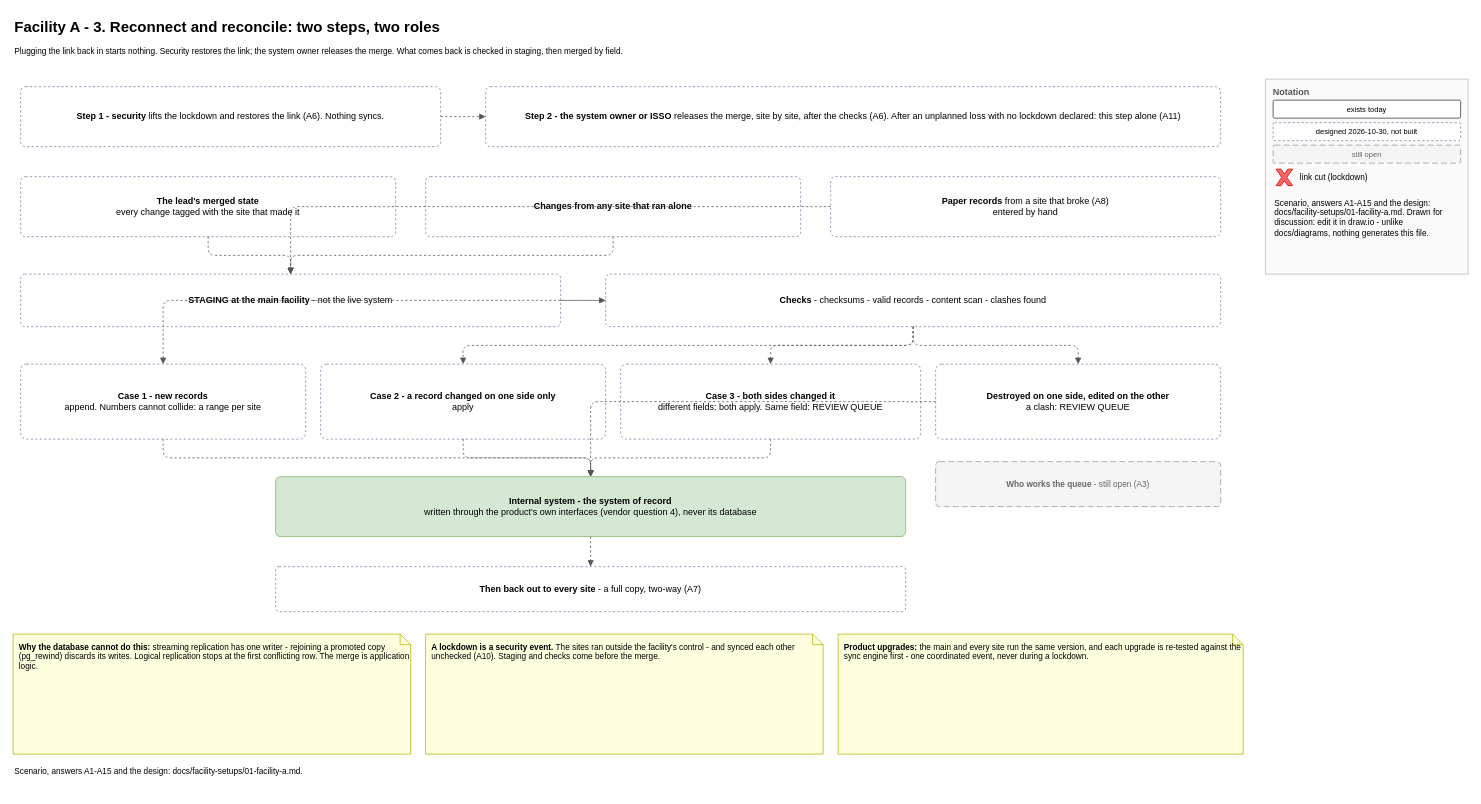
mcveybrian-ship-it/canonical-k8s keeps this draw.io diagram as page "3 - Reconnect and reconcile" (3 of 3) of docs/facility-setups/01-facility-a.drawio. Above is the earlier version. Source tidied: cells renumbered, new cells numbered last; positions are measured from the earlier drawing's top-left corner, leaving out a move shared by most shapes. Both pictures are drawn from the tidied source at 75%, with x=0, y=0 at pixel (13, 13).
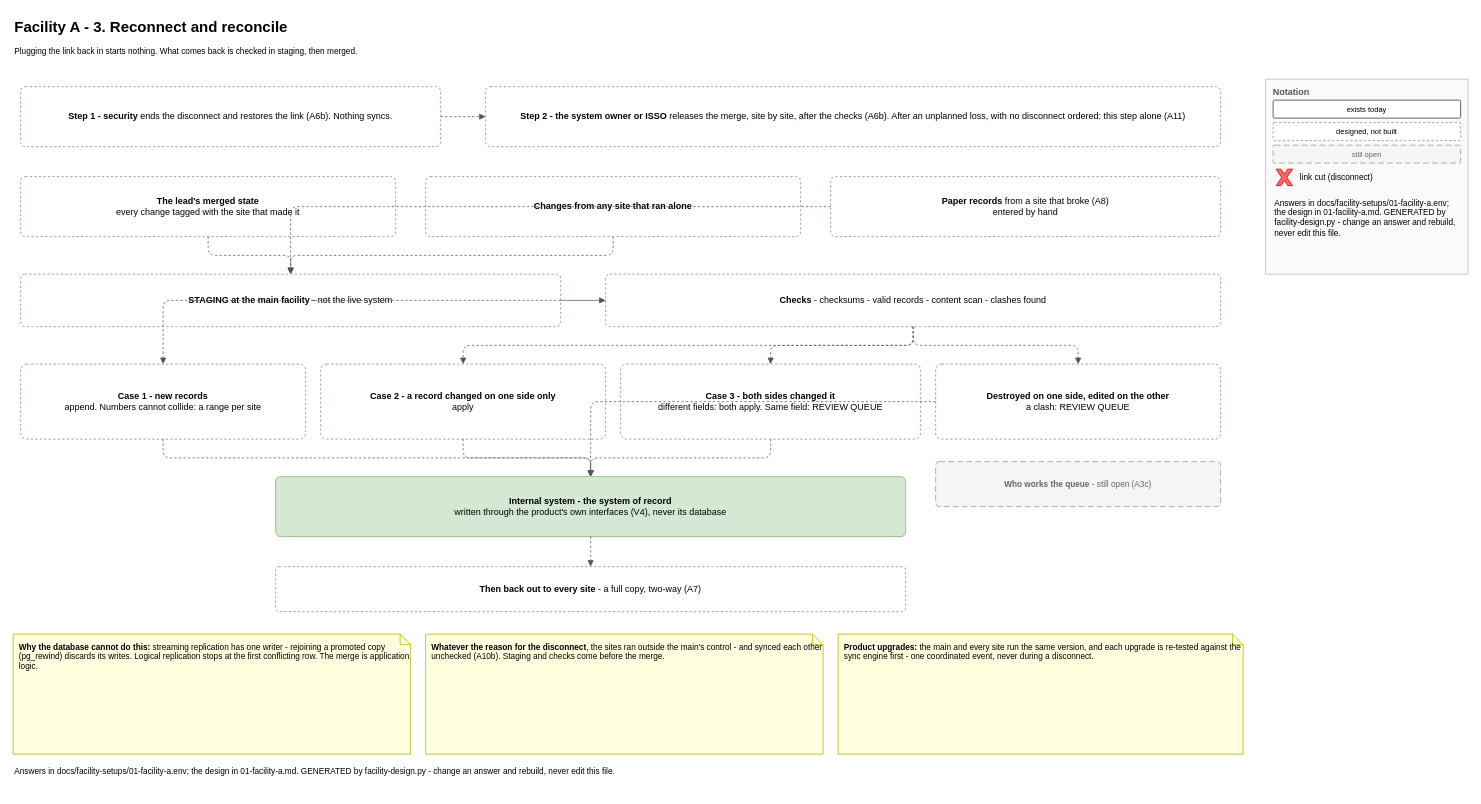
The same diagram, later.

The change refers to these unchanged cells:
```xml
<mxCell id="18" value="&lt;b&gt;Checks&lt;/b&gt; - checksums - valid records - content scan - clashes found" style="rounded=1;whiteSpace=wrap;html=1;arcSize=8;fillColor=#ffffff;strokeColor=#9673a6;dashed=1;fontSize=12;" parent="1" vertex="1">
  <mxGeometry x="790" y="348" width="820" height="70" as="geometry" />
</mxCell>
<mxCell id="23" value="&lt;b&gt;Case 1 - new records&lt;/b&gt;&lt;br&gt;append. Numbers cannot collide: a range per site" style="rounded=1;whiteSpace=wrap;html=1;arcSize=8;fillColor=#ffffff;strokeColor=#9673a6;dashed=1;fontSize=12;" parent="1" vertex="1">
  <mxGeometry x="10" y="468" width="380" height="100" as="geometry" />
</mxCell>
<mxCell id="24" value="&lt;b&gt;Case 2 - a record changed on one side only&lt;/b&gt;&lt;br&gt;apply" style="rounded=1;whiteSpace=wrap;html=1;arcSize=8;fillColor=#ffffff;strokeColor=#9673a6;dashed=1;fontSize=12;" parent="1" vertex="1">
  <mxGeometry x="410" y="468" width="380" height="100" as="geometry" />
</mxCell>
<mxCell id="25" value="&lt;b&gt;Case 3 - both sides changed it&lt;/b&gt;&lt;br&gt;different fields: both apply. Same field: REVIEW QUEUE" style="rounded=1;whiteSpace=wrap;html=1;arcSize=8;fillColor=#ffffff;strokeColor=#9673a6;dashed=1;fontSize=12;" parent="1" vertex="1">
  <mxGeometry x="810" y="468" width="400" height="100" as="geometry" />
</mxCell>
<mxCell id="26" value="&lt;b&gt;Destroyed on one side, edited on the other&lt;/b&gt;&lt;br&gt;a clash: REVIEW QUEUE" style="rounded=1;whiteSpace=wrap;html=1;arcSize=8;fillColor=#ffffff;strokeColor=#9673a6;dashed=1;fontSize=12;" parent="1" vertex="1">
  <mxGeometry x="1230" y="468" width="380" height="100" as="geometry" />
</mxCell>
```

Diff of the diagram source:
```diff
@@
-    <mxCell id="2" value="Facility A - 3. Reconnect and reconcile: two steps, two roles" style="text;html=1;align=left;verticalAlign=top;fontSize=20;fontStyle=1;" parent="1" vertex="1">
+    <mxCell id="2" value="Facility A - 3. Reconnect and reconcile" style="text;html=1;align=left;verticalAlign=top;fontSize=20;fontStyle=1;" parent="1" vertex="1">
       <mxGeometry width="1640" height="36" as="geometry" />
     </mxCell>
-    <mxCell id="3" value="Plugging the link back in starts nothing. Security restores the link; the system owner releases the merge. What comes back is checked in staging, then merged by field." style="text;html=1;align=left;verticalAlign=top;whiteSpace=wrap;fontSize=11;" parent="1" vertex="1">
+    <mxCell id="3" value="Plugging the link back in starts nothing. What comes back is checked in staging, then merged." style="text;html=1;align=left;verticalAlign=top;whiteSpace=wrap;fontSize=11;" parent="1" vertex="1">
       <mxGeometry y="38" width="1640" height="34" as="geometry" />
     </mxCell>
@@
-    <mxCell id="6" value="designed 2026-10-30, not built" style="rounded=1;whiteSpace=wrap;html=1;arcSize=8;fillColor=#ffffff;strokeColor=#9673a6;dashed=1;fontSize=10;" parent="1" vertex="1">
+    <mxCell id="6" value="designed, not built" style="rounded=1;whiteSpace=wrap;html=1;arcSize=8;fillColor=#ffffff;strokeColor=#9673a6;dashed=1;fontSize=10;" parent="1" vertex="1">
       <mxGeometry x="1680" y="146" width="250" height="24" as="geometry" />
     </mxCell>
@@
-    <mxCell id="9" value="link cut (lockdown)" style="text;html=1;align=left;verticalAlign=top;whiteSpace=wrap;fontSize=11;" parent="1" vertex="1">
+    <mxCell id="9" value="link cut (disconnect)" style="text;html=1;align=left;verticalAlign=top;whiteSpace=wrap;fontSize=11;" parent="1" vertex="1">
       <mxGeometry x="1714" y="206" width="210" height="26" as="geometry" />
     </mxCell>
-    <mxCell id="10" value="Scenario, answers A1-A15 and the design: docs/facility-setups/01-facility-a.md. Drawn for discussion: edit it in draw.io - unlike docs/diagrams, nothing generates this file." style="text;html=1;align=left;verticalAlign=top;whiteSpace=wrap;fontSize=11;" parent="1" vertex="1">
+    <mxCell id="10" value="Answers in docs/facility-setups/01-facility-a.env; the design in 01-facility-a.md. GENERATED by facility-design.py - change an answer and rebuild, never edit this file." style="text;html=1;align=left;verticalAlign=top;whiteSpace=wrap;fontSize=11;" parent="1" vertex="1">
       <mxGeometry x="1680" y="240" width="250" height="100" as="geometry" />
     </mxCell>
-    <mxCell id="11" value="&lt;b&gt;Step 1 - security&lt;/b&gt; lifts the lockdown and restores the link (A6). Nothing syncs." style="rounded=1;whiteSpace=wrap;html=1;arcSize=8;fillColor=#ffffff;strokeColor=#9673a6;dashed=1;fontSize=12;" parent="1" vertex="1">
+    <mxCell id="11" value="&lt;b&gt;Step 1 - security&lt;/b&gt; ends the disconnect and restores the link (A6b). Nothing syncs." style="rounded=1;whiteSpace=wrap;html=1;arcSize=8;fillColor=#ffffff;strokeColor=#9673a6;dashed=1;fontSize=12;" parent="1" vertex="1">
       <mxGeometry x="10" y="98" width="560" height="80" as="geometry" />
     </mxCell>
-    <mxCell id="12" value="&lt;b&gt;Step 2 - the system owner or ISSO&lt;/b&gt; releases the merge, site by site, after the checks (A6). After an unplanned loss with no lockdown declared: this step alone (A11)" style="rounded=1;whiteSpace=wrap;html=1;arcSize=8;fillColor=#ffffff;strokeColor=#9673a6;dashed=1;fontSize=12;" parent="1" vertex="1">
+    <mxCell id="12" value="&lt;b&gt;Step 2 - the system owner or ISSO&lt;/b&gt; releases the merge, site by site, after the checks (A6b). After an unplanned loss, with no disconnect ordered: this step alone (A11)" style="rounded=1;whiteSpace=wrap;html=1;arcSize=8;fillColor=#ffffff;strokeColor=#9673a6;dashed=1;fontSize=12;" parent="1" vertex="1">
       <mxGeometry x="630" y="98" width="980" height="80" as="geometry" />
     </mxCell>
@@
-    <mxCell id="27" style="endArrow=block;endFill=1;html=1;rounded=1;edgeStyle=orthogonalEdgeStyle;strokeColor=#555555;fontSize=10;dashed=1;" parent="1" edge="1" source="18" target="23">
-      <mxGeometry relative="1" as="geometry" />
+    <mxCell id="27" value="&lt;b&gt;Who works the queue&lt;/b&gt; - still open (A3c)" style="rounded=1;whiteSpace=wrap;html=1;arcSize=8;fillColor=#f5f5f5;strokeColor=#999999;dashed=1;dashPattern=8 4;fontColor=#666666;fontSize=11;" parent="1" vertex="1">
+      <mxGeometry x="1230" y="598" width="380" height="60" as="geometry" />
     </mxCell>
-    <mxCell id="28" style="endArrow=block;endFill=1;html=1;rounded=1;edgeStyle=orthogonalEdgeStyle;strokeColor=#555555;fontSize=10;dashed=1;" parent="1" edge="1" source="18" target="24">
+    <mxCell id="28" style="endArrow=block;endFill=1;html=1;rounded=1;edgeStyle=orthogonalEdgeStyle;strokeColor=#555555;fontSize=10;dashed=1;" parent="1" edge="1" source="18" target="23">
       <mxGeometry relative="1" as="geometry" />
     </mxCell>
-    <mxCell id="29" style="endArrow=block;endFill=1;html=1;rounded=1;edgeStyle=orthogonalEdgeStyle;strokeColor=#555555;fontSize=10;dashed=1;" parent="1" edge="1" source="18" target="25">
+    <mxCell id="29" style="endArrow=block;endFill=1;html=1;rounded=1;edgeStyle=orthogonalEdgeStyle;strokeColor=#555555;fontSize=10;dashed=1;" parent="1" edge="1" source="18" target="24">
       <mxGeometry relative="1" as="geometry" />
     </mxCell>
-    <mxCell id="30" style="endArrow=block;endFill=1;html=1;rounded=1;edgeStyle=orthogonalEdgeStyle;strokeColor=#555555;fontSize=10;dashed=1;" parent="1" edge="1" source="18" target="26">
+    <mxCell id="30" style="endArrow=block;endFill=1;html=1;rounded=1;edgeStyle=orthogonalEdgeStyle;strokeColor=#555555;fontSize=10;dashed=1;" parent="1" edge="1" source="18" target="25">
       <mxGeometry relative="1" as="geometry" />
     </mxCell>
-    <mxCell id="31" value="&lt;b&gt;Who works the queue&lt;/b&gt; - still open (A3)" style="rounded=1;whiteSpace=wrap;html=1;arcSize=8;fillColor=#f5f5f5;strokeColor=#999999;dashed=1;dashPattern=8 4;fontColor=#666666;fontSize=11;" parent="1" vertex="1">
-      <mxGeometry x="1230" y="598" width="380" height="60" as="geometry" />
+    <mxCell id="31" style="endArrow=block;endFill=1;html=1;rounded=1;edgeStyle=orthogonalEdgeStyle;strokeColor=#555555;fontSize=10;dashed=1;" parent="1" edge="1" source="18" target="26">
+      <mxGeometry relative="1" as="geometry" />
     </mxCell>
-    <mxCell id="32" value="&lt;b&gt;Internal system - the system of record&lt;/b&gt;&lt;br&gt;written through the product's own interfaces (vendor question 4), never its database" style="rounded=1;whiteSpace=wrap;html=1;arcSize=8;fillColor=#d5e8d4;strokeColor=#82b366;fontSize=12;" parent="1" vertex="1">
+    <mxCell id="32" value="&lt;b&gt;Internal system - the system of record&lt;/b&gt;&lt;br&gt;written through the product's own interfaces (V4), never its database" style="rounded=1;whiteSpace=wrap;html=1;arcSize=8;fillColor=#d5e8d4;strokeColor=#82b366;fontSize=12;" parent="1" vertex="1">
       <mxGeometry x="350" y="618" width="840" height="80" as="geometry" />
     </mxCell>
@@
-    <mxCell id="40" value="&lt;b&gt;A lockdown is a security event.&lt;/b&gt; The sites ran outside the facility's control - and synced each other unchecked (A10). Staging and checks come before the merge." style="shape=note;whiteSpace=wrap;html=1;size=14;fillColor=#ffffe0;strokeColor=#b3b300;align=left;verticalAlign=top;spacingLeft=6;spacingTop=4;fontSize=11;" parent="1" vertex="1">
+    <mxCell id="40" value="&lt;b&gt;Whatever the reason for the disconnect&lt;/b&gt;, the sites ran outside the main's control - and synced each other unchecked (A10b). Staging and checks come before the merge." style="shape=note;whiteSpace=wrap;html=1;size=14;fillColor=#ffffe0;strokeColor=#b3b300;align=left;verticalAlign=top;spacingLeft=6;spacingTop=4;fontSize=11;" parent="1" vertex="1">
       <mxGeometry x="550" y="828" width="530" height="160" as="geometry" />
     </mxCell>
-    <mxCell id="41" value="&lt;b&gt;Product upgrades:&lt;/b&gt; the main and every site run the same version, and each upgrade is re-tested against the sync engine first - one coordinated event, never during a lockdown." style="shape=note;whiteSpace=wrap;html=1;size=14;fillColor=#ffffe0;strokeColor=#b3b300;align=left;verticalAlign=top;spacingLeft=6;spacingTop=4;fontSize=11;" parent="1" vertex="1">
+    <mxCell id="41" value="&lt;b&gt;Product upgrades:&lt;/b&gt; the main and every site run the same version, and each upgrade is re-tested against the sync engine first - one coordinated event, never during a disconnect." style="shape=note;whiteSpace=wrap;html=1;size=14;fillColor=#ffffe0;strokeColor=#b3b300;align=left;verticalAlign=top;spacingLeft=6;spacingTop=4;fontSize=11;" parent="1" vertex="1">
       <mxGeometry x="1100" y="828" width="540" height="160" as="geometry" />
     </mxCell>
-    <mxCell id="42" value="Scenario, answers A1-A15 and the design: docs/facility-setups/01-facility-a.md." style="text;html=1;align=left;verticalAlign=top;whiteSpace=wrap;fontSize=11;" parent="1" vertex="1">
+    <mxCell id="42" value="Answers in docs/facility-setups/01-facility-a.env; the design in 01-facility-a.md. GENERATED by facility-design.py - change an answer and rebuild, never edit this file." style="text;html=1;align=left;verticalAlign=top;whiteSpace=wrap;fontSize=11;" parent="1" vertex="1">
       <mxGeometry y="998" width="1640" height="40" as="geometry" />
     </mxCell>
```
